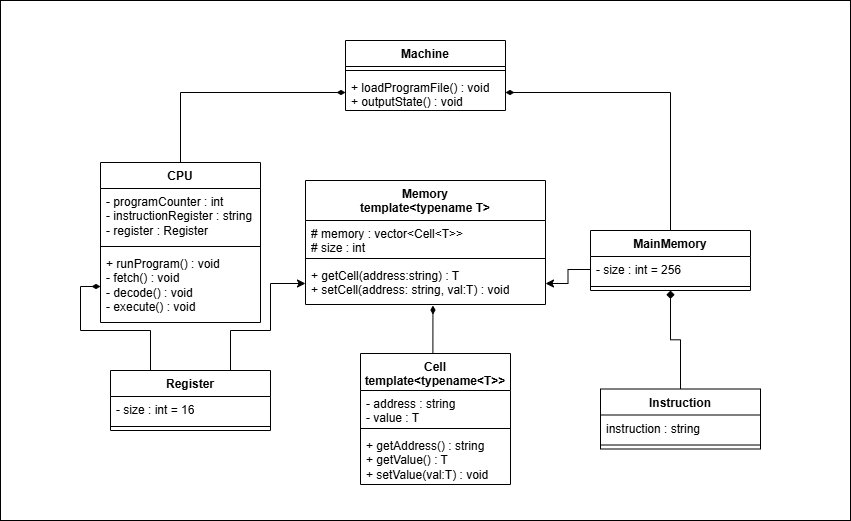
Earlier version of the draw.io export VoleMachineUMLClassDiagram.png (mohamedtarikz/VoleMachineSim). Source tidied: cells renumbered, new cells last; positions are measured from the earlier drawing's top-left corner, leaving out a move shared by most shapes.
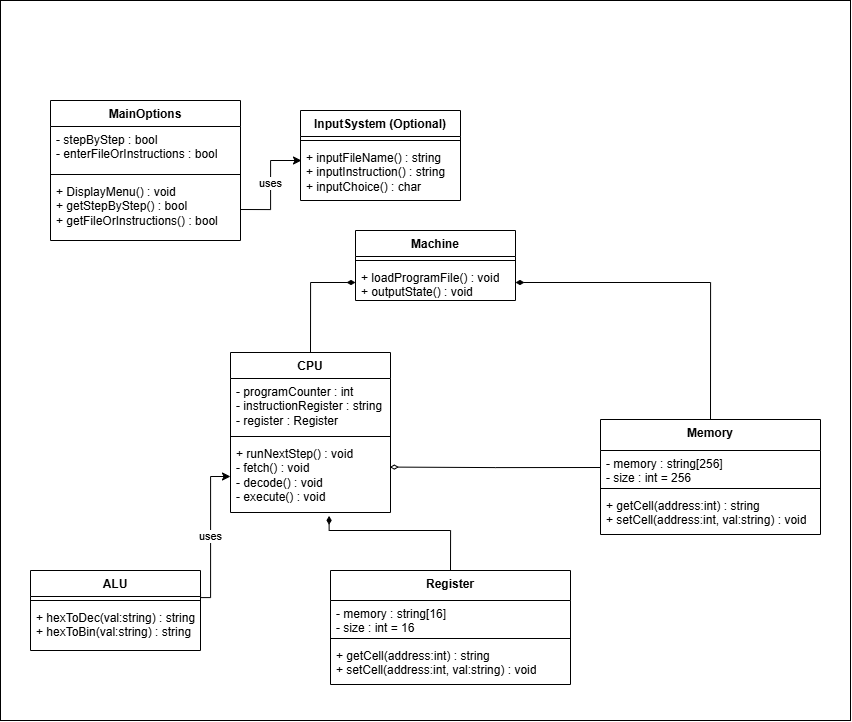
The same diagram one commit later.

Commit message:
UML Class Design - UPDATE

What changed in the source:
```diff
@@ -2,11 +2,11 @@
   <root>
     <mxCell id="0" />
     <mxCell id="1" parent="0" />
-    <mxCell id="2" style="whiteSpace=wrap;html=1;" parent="1" vertex="1">
-      <mxGeometry width="850" height="520" as="geometry" />
-    </mxCell>
+    <mxCell id="35" style="whiteSpace=wrap;html=1;" parent="1" vertex="1">
+      <mxGeometry width="850" height="720" as="geometry" />
+    </mxCell>
     <mxCell id="3" value="Machine" style="swimlane;fontStyle=1;align=center;verticalAlign=top;horizontal=1;startSize=26;whiteSpace=wrap;html=1;" parent="1" vertex="1">
-      <mxGeometry x="345" y="40" width="160" height="70" as="geometry" />
+      <mxGeometry x="355" y="230" width="160" height="70" as="geometry" />
     </mxCell>
     <mxCell id="4" style="line;strokeWidth=1;fillColor=none;align=left;verticalAlign=middle;spacingTop=-1;spacingLeft=3;spacingRight=3;labelPosition=right;strokeColor=inherit;" parent="3" vertex="1">
       <mxGeometry y="26" width="160" height="8" as="geometry" />
@@ -15,7 +15,7 @@
       <mxGeometry y="34" width="160" height="36" as="geometry" />
     </mxCell>
     <mxCell id="6" value="CPU" style="swimlane;fontStyle=1;align=center;verticalAlign=top;horizontal=1;startSize=26;whiteSpace=wrap;html=1;" parent="1" vertex="1">
-      <mxGeometry x="100" y="162" width="160" height="160" as="geometry" />
+      <mxGeometry x="230" y="352" width="160" height="160" as="geometry" />
     </mxCell>
     <mxCell id="7" value="- programCounter : int&lt;div&gt;- instructionRegister : string&lt;br&gt;&lt;div&gt;- register : Register&lt;/div&gt;&lt;/div&gt;" style="text;strokeColor=none;fillColor=none;align=left;verticalAlign=top;spacingLeft=4;spacingRight=4;overflow=hidden;whiteSpace=wrap;html=1;" parent="6" vertex="1">
       <mxGeometry y="26" width="160" height="54" as="geometry" />
@@ -23,99 +23,95 @@
     <mxCell id="8" style="line;strokeWidth=1;fillColor=none;align=left;verticalAlign=middle;spacingTop=-1;spacingLeft=3;spacingRight=3;labelPosition=right;strokeColor=inherit;" parent="6" vertex="1">
       <mxGeometry y="80" width="160" height="8" as="geometry" />
     </mxCell>
-    <mxCell id="9" value="+ runProgram() : void&lt;div&gt;- fetch() : void&lt;/div&gt;&lt;div&gt;- decode() : void&lt;/div&gt;&lt;div&gt;- execute() : void&lt;/div&gt;" style="text;strokeColor=none;fillColor=none;align=left;verticalAlign=top;spacingLeft=4;spacingRight=4;overflow=hidden;points=[[0,0.5],[1,0.5]];portConstraint=eastwest;whiteSpace=wrap;html=1;" parent="6" vertex="1">
+    <mxCell id="9" value="+ runNextStep() : void&lt;div&gt;- fetch() : void&lt;/div&gt;&lt;div&gt;- decode() : void&lt;/div&gt;&lt;div&gt;- execute() : void&lt;/div&gt;" style="text;strokeColor=none;fillColor=none;align=left;verticalAlign=top;spacingLeft=4;spacingRight=4;overflow=hidden;points=[[0,0.5],[1,0.5]];portConstraint=eastwest;whiteSpace=wrap;html=1;" parent="6" vertex="1">
       <mxGeometry y="88" width="160" height="72" as="geometry" />
     </mxCell>
-    <mxCell id="10" value="Memory&lt;div&gt;template&amp;lt;typename T&amp;gt;&lt;/div&gt;" style="swimlane;fontStyle=1;align=center;verticalAlign=top;horizontal=1;startSize=40;whiteSpace=wrap;html=1;" parent="1" vertex="1">
-      <mxGeometry x="305" y="180" width="240" height="124" as="geometry" />
-    </mxCell>
-    <mxCell id="11" value="# memory : vector&amp;lt;Cell&amp;lt;T&amp;gt;&amp;gt;&lt;div&gt;# size : int&lt;/div&gt;" style="text;strokeColor=none;fillColor=none;align=left;verticalAlign=top;spacingLeft=4;spacingRight=4;overflow=hidden;whiteSpace=wrap;html=1;" parent="10" vertex="1">
-      <mxGeometry y="40" width="240" height="34" as="geometry" />
-    </mxCell>
-    <mxCell id="12" style="line;strokeWidth=1;fillColor=none;align=left;verticalAlign=middle;spacingTop=-1;spacingLeft=3;spacingRight=3;labelPosition=right;strokeColor=inherit;" parent="10" vertex="1">
-      <mxGeometry y="74" width="240" height="8" as="geometry" />
-    </mxCell>
-    <mxCell id="13" value="+ getCell(address:string) : T&lt;div&gt;+ setCell(address: string, val:T) : void&lt;/div&gt;" style="text;strokeColor=none;fillColor=none;align=left;verticalAlign=top;spacingLeft=4;spacingRight=4;overflow=hidden;points=[[0,0.5],[1,0.5]];portConstraint=eastwest;whiteSpace=wrap;html=1;" parent="10" vertex="1">
-      <mxGeometry y="82" width="240" height="42" as="geometry" />
-    </mxCell>
-    <mxCell id="14" value="MainMemory" style="swimlane;fontStyle=1;align=center;verticalAlign=top;horizontal=1;startSize=26;whiteSpace=wrap;html=1;" parent="1" vertex="1">
-      <mxGeometry x="590" y="230" width="160" height="60" as="geometry" />
-    </mxCell>
-    <mxCell id="15" value="- size : int = 256" style="text;strokeColor=none;fillColor=none;align=left;verticalAlign=top;spacingLeft=4;spacingRight=4;overflow=hidden;points=[[0,0.5],[1,0.5]];portConstraint=eastwest;whiteSpace=wrap;html=1;" parent="14" vertex="1">
-      <mxGeometry y="26" width="160" height="26" as="geometry" />
-    </mxCell>
-    <mxCell id="16" style="line;strokeWidth=1;fillColor=none;align=left;verticalAlign=middle;spacingTop=-1;spacingLeft=3;spacingRight=3;labelPosition=right;strokeColor=inherit;" parent="14" vertex="1">
-      <mxGeometry y="52" width="160" height="8" as="geometry" />
-    </mxCell>
-    <mxCell id="17" style="edgeStyle=orthogonalEdgeStyle;rounded=0;jettySize=auto;html=1;exitX=0.25;exitY=0;exitDx=0;exitDy=0;entryX=0;entryY=0.5;entryDx=0;entryDy=0;endArrow=diamondThin;endFill=1;" parent="1" edge="1" source="19" target="9">
-      <mxGeometry relative="1" as="geometry">
-        <Array as="points">
-          <mxPoint x="150" y="330" />
-          <mxPoint x="80" y="330" />
-          <mxPoint x="80" y="286" />
-        </Array>
-      </mxGeometry>
-    </mxCell>
-    <mxCell id="18" style="edgeStyle=orthogonalEdgeStyle;rounded=0;jettySize=auto;html=1;exitX=0.75;exitY=0;exitDx=0;exitDy=0;entryX=0;entryY=0.5;entryDx=0;entryDy=0;" parent="1" edge="1" source="19" target="13">
-      <mxGeometry relative="1" as="geometry">
-        <Array as="points">
-          <mxPoint x="230" y="330" />
-          <mxPoint x="270" y="330" />
-          <mxPoint x="270" y="283" />
-        </Array>
-      </mxGeometry>
-    </mxCell>
-    <mxCell id="19" value="Register" style="swimlane;fontStyle=1;align=center;verticalAlign=top;horizontal=1;startSize=26;whiteSpace=wrap;html=1;" parent="1" vertex="1">
-      <mxGeometry x="110" y="370" width="160" height="60" as="geometry" />
-    </mxCell>
-    <mxCell id="20" value="- size : int = 16" style="text;strokeColor=none;fillColor=none;align=left;verticalAlign=top;spacingLeft=4;spacingRight=4;overflow=hidden;whiteSpace=wrap;html=1;" parent="19" vertex="1">
-      <mxGeometry y="26" width="160" height="26" as="geometry" />
-    </mxCell>
-    <mxCell id="21" style="line;strokeWidth=1;fillColor=none;align=left;verticalAlign=middle;spacingTop=-1;spacingLeft=3;spacingRight=3;labelPosition=right;strokeColor=inherit;" parent="19" vertex="1">
-      <mxGeometry y="52" width="160" height="8" as="geometry" />
-    </mxCell>
-    <mxCell id="22" value="&lt;div&gt;&lt;br&gt;&lt;/div&gt;" style="text;strokeColor=none;fillColor=none;align=left;verticalAlign=top;spacingLeft=4;spacingRight=4;overflow=hidden;whiteSpace=wrap;html=1;" parent="19" vertex="1">
-      <mxGeometry y="60" width="160" as="geometry" />
-    </mxCell>
-    <mxCell id="23" value="Cell&lt;div&gt;template&amp;lt;typename&amp;lt;T&amp;gt;&amp;gt;&lt;/div&gt;" style="swimlane;fontStyle=1;align=center;verticalAlign=top;horizontal=1;startSize=37;whiteSpace=wrap;html=1;" parent="1" vertex="1">
-      <mxGeometry x="360" y="353" width="150" height="131" as="geometry" />
-    </mxCell>
-    <mxCell id="24" value="- address : string&lt;div&gt;- value : T&lt;/div&gt;" style="text;strokeColor=none;fillColor=none;align=left;verticalAlign=top;spacingLeft=4;spacingRight=4;overflow=hidden;whiteSpace=wrap;html=1;" parent="23" vertex="1">
-      <mxGeometry y="37" width="150" height="34" as="geometry" />
-    </mxCell>
-    <mxCell id="25" style="line;strokeWidth=1;fillColor=none;align=left;verticalAlign=middle;spacingTop=-1;spacingLeft=3;spacingRight=3;labelPosition=right;strokeColor=inherit;" parent="23" vertex="1">
-      <mxGeometry y="71" width="150" height="8" as="geometry" />
-    </mxCell>
-    <mxCell id="26" value="+ getAddress() : string&lt;div&gt;+ getValue() : T&lt;/div&gt;&lt;div&gt;+ setValue(val:T) : void&lt;/div&gt;" style="text;strokeColor=none;fillColor=none;align=left;verticalAlign=top;spacingLeft=4;spacingRight=4;overflow=hidden;whiteSpace=wrap;html=1;" parent="23" vertex="1">
-      <mxGeometry y="79" width="150" height="52" as="geometry" />
-    </mxCell>
     <mxCell id="27" style="edgeStyle=orthogonalEdgeStyle;rounded=0;jettySize=auto;html=1;exitX=0.5;exitY=0;exitDx=0;exitDy=0;entryX=0;entryY=0.5;entryDx=0;entryDy=0;endArrow=diamondThin;endFill=1;" parent="1" edge="1" source="6" target="5">
       <mxGeometry relative="1" as="geometry" />
     </mxCell>
-    <mxCell id="28" style="edgeStyle=orthogonalEdgeStyle;rounded=0;jettySize=auto;html=1;exitX=0.5;exitY=0;exitDx=0;exitDy=0;entryX=1;entryY=0.5;entryDx=0;entryDy=0;endArrow=diamondThin;endFill=1;" parent="1" edge="1" source="14" target="5">
+    <mxCell id="28" style="edgeStyle=orthogonalEdgeStyle;rounded=0;jettySize=auto;html=1;exitX=0.5;exitY=0;exitDx=0;exitDy=0;entryX=1;entryY=0.5;entryDx=0;entryDy=0;endArrow=diamondThin;endFill=1;" parent="1" edge="1" source="36" target="5">
       <mxGeometry relative="1" as="geometry" />
     </mxCell>
-    <mxCell id="29" style="edgeStyle=orthogonalEdgeStyle;rounded=0;jettySize=auto;html=1;exitX=0;exitY=0.5;exitDx=0;exitDy=0;entryX=1;entryY=0.5;entryDx=0;entryDy=0;" parent="1" edge="1" source="15" target="13">
-      <mxGeometry relative="1" as="geometry" />
-    </mxCell>
-    <mxCell id="30" style="edgeStyle=orthogonalEdgeStyle;rounded=0;jettySize=auto;html=1;exitX=0.5;exitY=0;exitDx=0;exitDy=0;entryX=0.531;entryY=1.025;entryDx=0;entryDy=0;entryPerimeter=0;endArrow=diamondThin;endFill=1;" parent="1" edge="1" source="23" target="13">
-      <mxGeometry relative="1" as="geometry">
-        <Array as="points">
-          <mxPoint x="432" y="353" />
-        </Array>
-      </mxGeometry>
-    </mxCell>
-    <mxCell id="31" style="edgeStyle=orthogonalEdgeStyle;rounded=0;jettySize=auto;html=1;exitX=0.5;exitY=0;exitDx=0;exitDy=0;entryX=0.5;entryY=1;entryDx=0;entryDy=0;endArrow=diamond;endFill=1;" parent="1" edge="1" source="32" target="14">
-      <mxGeometry relative="1" as="geometry" />
-    </mxCell>
-    <mxCell id="32" value="Instruction" style="swimlane;fontStyle=1;align=center;verticalAlign=top;horizontal=1;startSize=26;whiteSpace=wrap;html=1;" parent="1" vertex="1">
-      <mxGeometry x="600" y="388.5" width="160" height="60" as="geometry" />
-    </mxCell>
-    <mxCell id="33" value="instruction : string" style="text;strokeColor=none;fillColor=none;align=left;verticalAlign=top;spacingLeft=4;spacingRight=4;overflow=hidden;whiteSpace=wrap;html=1;" parent="32" vertex="1">
-      <mxGeometry y="26" width="160" height="26" as="geometry" />
-    </mxCell>
-    <mxCell id="34" style="line;strokeWidth=1;fillColor=none;align=left;verticalAlign=middle;spacingTop=-1;spacingLeft=3;spacingRight=3;labelPosition=right;strokeColor=inherit;" parent="32" vertex="1">
-      <mxGeometry y="52" width="160" height="8" as="geometry" />
-    </mxCell>
+    <mxCell id="36" value="Memory" style="swimlane;fontStyle=1;align=center;verticalAlign=top;horizontal=1;startSize=31;whiteSpace=wrap;html=1;" parent="1" vertex="1">
+      <mxGeometry x="600" y="419" width="220" height="115" as="geometry" />
+    </mxCell>
+    <mxCell id="37" value="- memory : string[256]&lt;div&gt;- size : int = 256&lt;/div&gt;" style="text;strokeColor=none;fillColor=none;align=left;verticalAlign=top;spacingLeft=4;spacingRight=4;overflow=hidden;points=[[0,0.5],[1,0.5]];portConstraint=eastwest;whiteSpace=wrap;html=1;" parent="36" vertex="1">
+      <mxGeometry y="31" width="220" height="34" as="geometry" />
+    </mxCell>
+    <mxCell id="38" style="line;strokeWidth=1;fillColor=none;align=left;verticalAlign=middle;spacingTop=-1;spacingLeft=3;spacingRight=3;labelPosition=right;strokeColor=inherit;" parent="36" vertex="1">
+      <mxGeometry y="65" width="220" height="8" as="geometry" />
+    </mxCell>
+    <mxCell id="39" value="+ getCell(address:int) : string&lt;div&gt;+ setCell(address:int, val:string) : void&lt;/div&gt;" style="text;strokeColor=none;fillColor=none;align=left;verticalAlign=top;spacingLeft=4;spacingRight=4;overflow=hidden;whiteSpace=wrap;html=1;" parent="36" vertex="1">
+      <mxGeometry y="73" width="220" height="42" as="geometry" />
+    </mxCell>
+    <mxCell id="19" value="Register" style="swimlane;fontStyle=1;align=center;verticalAlign=top;horizontal=1;startSize=30;whiteSpace=wrap;html=1;" parent="1" vertex="1">
+      <mxGeometry x="330" y="570" width="240" height="114" as="geometry" />
+    </mxCell>
+    <mxCell id="40" value="- memory : string[16]&lt;div&gt;- size : int = 16&lt;/div&gt;" style="text;strokeColor=none;fillColor=none;align=left;verticalAlign=top;spacingLeft=4;spacingRight=4;overflow=hidden;whiteSpace=wrap;html=1;" parent="19" vertex="1">
+      <mxGeometry y="30" width="240" height="34" as="geometry" />
+    </mxCell>
+    <mxCell id="41" style="line;strokeWidth=1;fillColor=none;align=left;verticalAlign=middle;spacingTop=-1;spacingLeft=3;spacingRight=3;labelPosition=right;strokeColor=inherit;" parent="19" vertex="1">
+      <mxGeometry y="64" width="240" height="8" as="geometry" />
+    </mxCell>
+    <mxCell id="42" value="+ getCell(address:int) : string&lt;div&gt;+ setCell(address:int, val:string) : void&lt;/div&gt;" style="text;strokeColor=none;fillColor=none;align=left;verticalAlign=top;spacingLeft=4;spacingRight=4;overflow=hidden;whiteSpace=wrap;html=1;" parent="19" vertex="1">
+      <mxGeometry y="72" width="240" height="42" as="geometry" />
+    </mxCell>
+    <mxCell id="17" style="edgeStyle=orthogonalEdgeStyle;rounded=0;jettySize=auto;html=1;exitX=0.5;exitY=0;exitDx=0;exitDy=0;entryX=0.616;entryY=1.047;entryDx=0;entryDy=0;entryPerimeter=0;endArrow=diamondThin;endFill=1;" parent="1" edge="1" source="19" target="9">
+      <mxGeometry relative="1" as="geometry">
+        <Array as="points">
+          <mxPoint x="450" y="530" />
+          <mxPoint x="329" y="530" />
+        </Array>
+      </mxGeometry>
+    </mxCell>
+    <mxCell id="43" style="edgeStyle=orthogonalEdgeStyle;rounded=0;jettySize=auto;html=1;exitX=0;exitY=0.5;exitDx=0;exitDy=0;entryX=0.996;entryY=0.369;entryDx=0;entryDy=0;entryPerimeter=0;endArrow=diamondThin;endFill=0;" parent="1" edge="1" source="37" target="9">
+      <mxGeometry relative="1" as="geometry" />
+    </mxCell>
+    <mxCell id="44" value="uses" style="edgeStyle=orthogonalEdgeStyle;rounded=0;jettySize=auto;html=1;exitX=1;exitY=0.25;exitDx=0;exitDy=0;entryX=0;entryY=0.5;entryDx=0;entryDy=0;curved=0;endArrow=classic;endFill=1;" parent="1" edge="1" source="45" target="9">
+      <mxGeometry relative="1" as="geometry">
+        <Array as="points">
+          <mxPoint x="210" y="597" />
+          <mxPoint x="210" y="476" />
+        </Array>
+      </mxGeometry>
+    </mxCell>
+    <mxCell id="45" value="ALU" style="swimlane;fontStyle=1;align=center;verticalAlign=top;horizontal=1;startSize=26;whiteSpace=wrap;html=1;" parent="1" vertex="1">
+      <mxGeometry x="30" y="570" width="170" height="80" as="geometry" />
+    </mxCell>
+    <mxCell id="46" style="line;strokeWidth=1;fillColor=none;align=left;verticalAlign=middle;spacingTop=-1;spacingLeft=3;spacingRight=3;labelPosition=right;strokeColor=inherit;" parent="45" vertex="1">
+      <mxGeometry y="26" width="170" height="8" as="geometry" />
+    </mxCell>
+    <mxCell id="47" value="+ hexToDec(val:string) : string&lt;div&gt;+ hexToBin(val:string) : string&lt;/div&gt;" style="text;strokeColor=none;fillColor=none;align=left;verticalAlign=top;spacingLeft=4;spacingRight=4;overflow=hidden;whiteSpace=wrap;html=1;" parent="45" vertex="1">
+      <mxGeometry y="34" width="170" height="46" as="geometry" />
+    </mxCell>
+    <mxCell id="48" value="MainOptions" style="swimlane;fontStyle=1;align=center;verticalAlign=top;horizontal=1;startSize=26;whiteSpace=wrap;html=1;" parent="1" vertex="1">
+      <mxGeometry x="50" y="100" width="190" height="140" as="geometry" />
+    </mxCell>
+    <mxCell id="49" value="- stepByStep : bool&lt;div&gt;- enterFileOrInstructions : bool&lt;/div&gt;" style="text;strokeColor=none;fillColor=none;align=left;verticalAlign=top;spacingLeft=4;spacingRight=4;overflow=hidden;whiteSpace=wrap;html=1;" parent="48" vertex="1">
+      <mxGeometry y="26" width="190" height="44" as="geometry" />
+    </mxCell>
+    <mxCell id="50" style="line;strokeWidth=1;fillColor=none;align=left;verticalAlign=middle;spacingTop=-1;spacingLeft=3;spacingRight=3;labelPosition=right;strokeColor=inherit;" parent="48" vertex="1">
+      <mxGeometry y="70" width="190" height="8" as="geometry" />
+    </mxCell>
+    <mxCell id="51" value="+ DisplayMenu() : void&lt;div&gt;+ getStepByStep() : bool&lt;/div&gt;&lt;div&gt;+ getFileOrInstructions() : bool&lt;/div&gt;" style="text;strokeColor=none;fillColor=none;align=left;verticalAlign=top;spacingLeft=4;spacingRight=4;overflow=hidden;points=[[0,0.5],[1,0.5]];portConstraint=eastwest;whiteSpace=wrap;html=1;" parent="48" vertex="1">
+      <mxGeometry y="78" width="190" height="62" as="geometry" />
+    </mxCell>
+    <mxCell id="52" value="InputSystem (Optional)" style="swimlane;fontStyle=1;align=center;verticalAlign=top;horizontal=1;startSize=26;whiteSpace=wrap;html=1;" parent="1" vertex="1">
+      <mxGeometry x="300" y="110" width="160" height="90" as="geometry" />
+    </mxCell>
+    <mxCell id="53" style="line;strokeWidth=1;fillColor=none;align=left;verticalAlign=middle;spacingTop=-1;spacingLeft=3;spacingRight=3;labelPosition=right;strokeColor=inherit;" parent="52" vertex="1">
+      <mxGeometry y="26" width="160" height="8" as="geometry" />
+    </mxCell>
+    <mxCell id="54" value="+ inputFileName() : string&lt;div&gt;+ inputInstruction() : string&lt;/div&gt;&lt;div&gt;+ inputChoice() : char&lt;/div&gt;" style="text;strokeColor=none;fillColor=none;align=left;verticalAlign=top;spacingLeft=4;spacingRight=4;overflow=hidden;points=[[0,0.5],[1,0.5]];portConstraint=eastwest;whiteSpace=wrap;html=1;" parent="52" vertex="1">
+      <mxGeometry y="34" width="160" height="56" as="geometry" />
+    </mxCell>
+    <mxCell id="55" value="uses" style="edgeStyle=orthogonalEdgeStyle;rounded=0;jettySize=auto;html=1;exitX=1;exitY=0.5;exitDx=0;exitDy=0;entryX=0.006;entryY=0.268;entryDx=0;entryDy=0;curved=0;endArrow=classic;endFill=1;entryPerimeter=0;" parent="1" edge="1" source="51" target="54">
+      <mxGeometry relative="1" as="geometry">
+        <Array as="points">
+          <mxPoint x="270" y="209" />
+          <mxPoint x="270" y="160" />
+        </Array>
+      </mxGeometry>
+    </mxCell>
   </root>
 </mxGraphModel>
```
